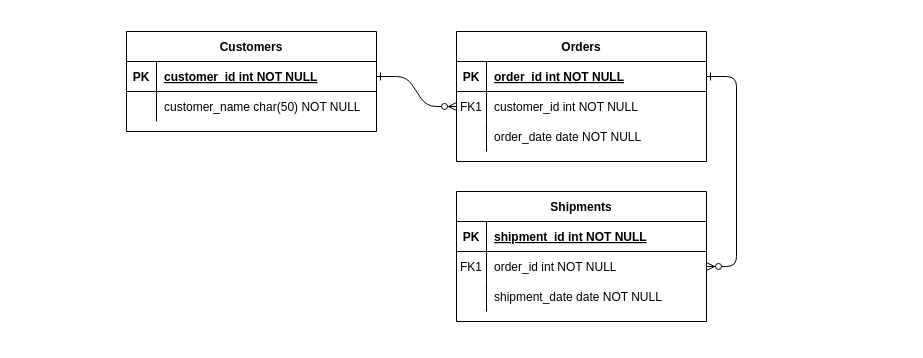
This is Untitled Diagram.drawio from huriyaaah/erdiagram, a draw.io file, before an edit. Source tidied: cells renumbered, new cells numbered last; positions are measured from the earlier drawing's top-left corner, leaving out a move shared by most shapes. Both pictures are drawn from the tidied source at 100%, with x=0, y=0 at pixel (126, 31).
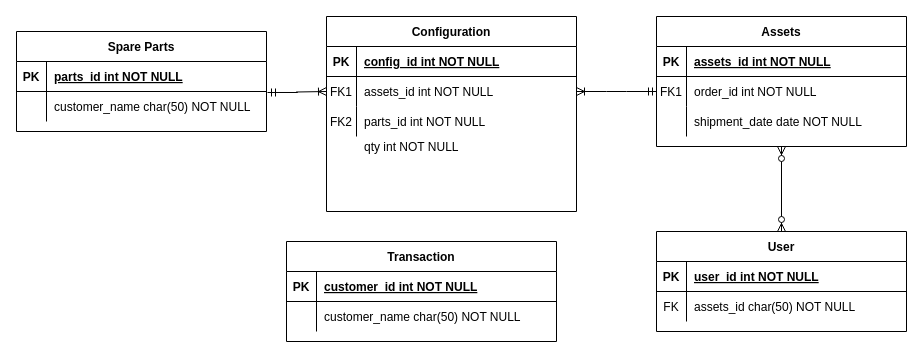
After the change.

The change refers to these unchanged cells:
```xml
<mxCell id="5" style="shape=partialRectangle;fillColor=none;points=[[0,0.5],[1,0.5]];portConstraint=eastwest;top=0;left=0;right=0;bottom=1;" parent="4" vertex="1">
  <mxGeometry y="30" width="250" height="30" as="geometry" />
</mxCell>
<mxCell id="8" style="shape=partialRectangle;fillColor=none;points=[[0,0.5],[1,0.5]];portConstraint=eastwest;top=0;left=0;right=0;bottom=0;" parent="4" vertex="1">
  <mxGeometry y="60" width="250" height="30" as="geometry" />
</mxCell>
<mxCell id="11" style="shape=partialRectangle;fillColor=none;top=0;left=0;right=0;bottom=0;" parent="4" vertex="1">
  <mxGeometry y="90" width="250" height="30" as="geometry" />
</mxCell>
<mxCell id="15" style="shape=partialRectangle;fillColor=none;top=0;left=0;right=0;bottom=1;" parent="14" vertex="1">
  <mxGeometry y="30" width="250" height="30" as="geometry" />
</mxCell>
<mxCell id="18" style="shape=partialRectangle;fillColor=none;points=[[0,0.5],[1,0.5]];portConstraint=eastwest;top=0;left=0;right=0;bottom=0;" parent="14" vertex="1">
  <mxGeometry y="60" width="250" height="30" as="geometry" />
</mxCell>
<mxCell id="25" style="shape=partialRectangle;fillColor=none;points=[[0,0.5],[1,0.5]];portConstraint=eastwest;top=0;left=0;right=0;bottom=1;" parent="24" vertex="1">
  <mxGeometry y="30" width="250" height="30" as="geometry" />
</mxCell>
<mxCell id="28" style="shape=partialRectangle;fillColor=none;points=[[0,0.5],[1,0.5]];portConstraint=eastwest;top=0;left=0;right=0;bottom=0;" parent="24" vertex="1">
  <mxGeometry y="60" width="250" height="30" as="geometry" />
</mxCell>
```

Diff of the diagram source:
```diff
@@
-    <mxCell id="2" style="edgeStyle=entityRelationEdgeStyle;endArrow=ERzeroToMany;startArrow=ERone;endFill=1;startFill=0;" parent="1" edge="1" source="25" target="8">
-      <mxGeometry relative="1" as="geometry" />
-    </mxCell>
-    <mxCell id="3" style="edgeStyle=entityRelationEdgeStyle;endArrow=ERzeroToMany;startArrow=ERone;endFill=1;startFill=0;" parent="1" edge="1" source="5" target="18">
-      <mxGeometry relative="1" as="geometry" />
-    </mxCell>
-    <mxCell id="4" value="Orders" style="shape=table;startSize=30;childLayout=tableLayout;rowLines=0;fontStyle=1;align=center;" parent="1" vertex="1">
-      <mxGeometry x="330" width="250" height="130" as="geometry" />
+    <mxCell id="4" value="Configuration" style="shape=table;startSize=30;childLayout=tableLayout;rowLines=0;fontStyle=1;align=center;" parent="1" vertex="1">
+      <mxGeometry x="200" y="-15" width="250" height="195" as="geometry" />
     </mxCell>
@@
-    <mxCell id="7" value="order_id int NOT NULL " style="shape=partialRectangle;overflow=hidden;fillColor=none;top=0;left=0;bottom=0;right=0;align=left;spacingLeft=6;fontStyle=5;" parent="5" vertex="1">
+    <mxCell id="7" value="config_id int NOT NULL " style="shape=partialRectangle;overflow=hidden;fillColor=none;top=0;left=0;bottom=0;right=0;align=left;spacingLeft=6;fontStyle=5;" parent="5" vertex="1">
       <mxGeometry x="30" width="220" height="30" as="geometry" />
     </mxCell>
@@
-    <mxCell id="10" value="customer_id int NOT NULL" style="shape=partialRectangle;overflow=hidden;fillColor=none;top=0;left=0;bottom=0;right=0;align=left;spacingLeft=6;" parent="8" vertex="1">
+    <mxCell id="10" value="assets_id int NOT NULL" style="shape=partialRectangle;overflow=hidden;fillColor=none;top=0;left=0;bottom=0;right=0;align=left;spacingLeft=6;" parent="8" vertex="1">
       <mxGeometry x="30" width="220" height="30" as="geometry" />
     </mxCell>
@@
-    <mxCell id="12" style="shape=partialRectangle;overflow=hidden;fillColor=none;top=0;left=0;bottom=0;right=0;" parent="11" vertex="1">
+    <mxCell id="12" value="FK2" style="shape=partialRectangle;overflow=hidden;fillColor=none;top=0;left=0;bottom=0;right=0;" parent="11" vertex="1">
       <mxGeometry width="30" height="30" as="geometry" />
     </mxCell>
-    <mxCell id="13" value="order_date date NOT NULL" style="shape=partialRectangle;overflow=hidden;fillColor=none;top=0;left=0;bottom=0;right=0;align=left;spacingLeft=6;" parent="11" vertex="1">
+    <mxCell id="13" value="parts_id int NOT NULL" style="shape=partialRectangle;overflow=hidden;fillColor=none;top=0;left=0;bottom=0;right=0;align=left;spacingLeft=6;" parent="11" vertex="1">
       <mxGeometry x="30" width="220" height="30" as="geometry" />
     </mxCell>
-    <mxCell id="14" value="Shipments" style="shape=table;startSize=30;childLayout=tableLayout;rowLines=0;fontStyle=1;align=center;" parent="1" vertex="1">
-      <mxGeometry x="330" y="160" width="250" height="130" as="geometry" />
+    <mxCell id="14" value="Assets" style="shape=table;startSize=30;childLayout=tableLayout;rowLines=0;fontStyle=1;align=center;" parent="1" vertex="1">
+      <mxGeometry x="530" y="-15" width="250" height="130" as="geometry" />
     </mxCell>
@@
-    <mxCell id="17" value="shipment_id int NOT NULL " style="shape=partialRectangle;overflow=hidden;fillColor=none;top=0;left=0;bottom=0;right=0;align=left;spacingLeft=6;fontStyle=5;" parent="15" vertex="1">
+    <mxCell id="17" value="assets_id int NOT NULL " style="shape=partialRectangle;overflow=hidden;fillColor=none;top=0;left=0;bottom=0;right=0;align=left;spacingLeft=6;fontStyle=5;" parent="15" vertex="1">
       <mxGeometry x="30" width="220" height="30" as="geometry" />
     </mxCell>
@@
-    <mxCell id="24" value="Customers" style="shape=table;startSize=30;childLayout=tableLayout;rowLines=0;fontStyle=1;align=center;" parent="1" vertex="1">
-      <mxGeometry width="250" height="100" as="geometry" />
+    <mxCell id="24" value="Spare Parts" style="shape=table;startSize=30;childLayout=tableLayout;rowLines=0;fontStyle=1;align=center;" parent="1" vertex="1">
+      <mxGeometry x="-110" width="250" height="100" as="geometry" />
     </mxCell>
@@
-    <mxCell id="27" value="customer_id int NOT NULL " style="shape=partialRectangle;overflow=hidden;fillColor=none;top=0;left=0;bottom=0;right=0;align=left;spacingLeft=6;fontStyle=5;" parent="25" vertex="1">
+    <mxCell id="27" value="parts_id int NOT NULL " style="shape=partialRectangle;overflow=hidden;fillColor=none;top=0;left=0;bottom=0;right=0;align=left;spacingLeft=6;fontStyle=5;" parent="25" vertex="1">
       <mxGeometry x="30" width="220" height="30" as="geometry" />
     </mxCell>
@@
+    <mxCell id="31" value="User" style="shape=table;startSize=30;childLayout=tableLayout;rowLines=0;fontStyle=1;align=center;" parent="1" vertex="1">
+      <mxGeometry x="530" y="200" width="250" height="100" as="geometry" />
+    </mxCell>
+    <mxCell id="32" style="shape=partialRectangle;fillColor=none;top=0;left=0;right=0;bottom=1;" parent="31" vertex="1">
+      <mxGeometry y="30" width="250" height="30" as="geometry" />
+    </mxCell>
+    <mxCell id="33" value="PK" style="shape=partialRectangle;overflow=hidden;fillColor=none;top=0;left=0;bottom=0;right=0;fontStyle=1;" parent="32" vertex="1">
+      <mxGeometry width="30" height="30" as="geometry" />
+    </mxCell>
+    <mxCell id="34" value="user_id int NOT NULL " style="shape=partialRectangle;overflow=hidden;fillColor=none;top=0;left=0;bottom=0;right=0;align=left;spacingLeft=6;fontStyle=5;" parent="32" vertex="1">
+      <mxGeometry x="30" width="220" height="30" as="geometry" />
+    </mxCell>
+    <mxCell id="35" style="shape=partialRectangle;fillColor=none;top=0;left=0;right=0;bottom=0;" parent="31" vertex="1">
+      <mxGeometry y="60" width="250" height="30" as="geometry" />
+    </mxCell>
+    <mxCell id="36" value="FK" style="shape=partialRectangle;overflow=hidden;fillColor=none;top=0;left=0;bottom=0;right=0;" parent="35" vertex="1">
+      <mxGeometry width="30" height="30" as="geometry" />
+    </mxCell>
+    <mxCell id="37" value="assets_id char(50) NOT NULL" style="shape=partialRectangle;overflow=hidden;fillColor=none;top=0;left=0;bottom=0;right=0;align=left;spacingLeft=6;" parent="35" vertex="1">
+      <mxGeometry x="30" width="220" height="30" as="geometry" />
+    </mxCell>
+    <mxCell id="38" style="edgeStyle=entityRelationEdgeStyle;fontSize=12;html=1;endArrow=ERoneToMany;startArrow=ERmandOne;rounded=0;exitX=1.004;exitY=0.033;exitDx=0;exitDy=0;exitPerimeter=0;entryX=0;entryY=0.5;entryDx=0;entryDy=0;" parent="1" edge="1" source="28" target="8">
+      <mxGeometry relative="1" as="geometry" />
+    </mxCell>
+    <mxCell id="39" style="edgeStyle=entityRelationEdgeStyle;fontSize=12;html=1;endArrow=ERoneToMany;startArrow=ERmandOne;rounded=0;exitX=0;exitY=0.5;exitDx=0;exitDy=0;entryX=1;entryY=0.5;entryDx=0;entryDy=0;" parent="1" edge="1" source="18" target="8">
+      <mxGeometry relative="1" as="geometry">
+        <Array as="points">
+          <mxPoint x="470" y="40" />
+          <mxPoint x="460" y="60" />
+          <mxPoint x="450" y="50" />
+        </Array>
+      </mxGeometry>
+    </mxCell>
+    <mxCell id="40" value="Transaction" style="shape=table;startSize=30;childLayout=tableLayout;rowLines=0;fontStyle=1;align=center;" parent="1" vertex="1">
+      <mxGeometry x="160" y="210" width="270" height="100" as="geometry" />
+    </mxCell>
+    <mxCell id="41" style="shape=partialRectangle;fillColor=none;top=0;left=0;right=0;bottom=1;" parent="40" vertex="1">
+      <mxGeometry y="30" width="270" height="30" as="geometry" />
+    </mxCell>
+    <mxCell id="42" value="PK" style="shape=partialRectangle;overflow=hidden;fillColor=none;top=0;left=0;bottom=0;right=0;fontStyle=1;" parent="41" vertex="1">
+      <mxGeometry width="30" height="30" as="geometry" />
+    </mxCell>
+    <mxCell id="43" value="customer_id int NOT NULL " style="shape=partialRectangle;overflow=hidden;fillColor=none;top=0;left=0;bottom=0;right=0;align=left;spacingLeft=6;fontStyle=5;" parent="41" vertex="1">
+      <mxGeometry x="30" width="240" height="30" as="geometry" />
+    </mxCell>
+    <mxCell id="44" style="shape=partialRectangle;fillColor=none;top=0;left=0;right=0;bottom=0;" parent="40" vertex="1">
+      <mxGeometry y="60" width="270" height="30" as="geometry" />
+    </mxCell>
+    <mxCell id="45" style="shape=partialRectangle;overflow=hidden;fillColor=none;top=0;left=0;bottom=0;right=0;" parent="44" vertex="1">
+      <mxGeometry width="30" height="30" as="geometry" />
+    </mxCell>
+    <mxCell id="46" value="customer_name char(50) NOT NULL" style="shape=partialRectangle;overflow=hidden;fillColor=none;top=0;left=0;bottom=0;right=0;align=left;spacingLeft=6;" parent="44" vertex="1">
+      <mxGeometry x="30" width="240" height="30" as="geometry" />
+    </mxCell>
+    <mxCell id="47" style="fontSize=12;html=1;endArrow=ERzeroToMany;endFill=1;startArrow=ERzeroToMany;rounded=0;entryX=0.5;entryY=1;entryDx=0;entryDy=0;exitX=0.5;exitY=0;exitDx=0;exitDy=0;" parent="1" edge="1" source="31" target="14">
+      <mxGeometry relative="1" as="geometry" />
+    </mxCell>
+    <mxCell id="48" value="qty int NOT NULL" style="shape=partialRectangle;overflow=hidden;fillColor=none;top=0;left=0;bottom=0;right=0;align=left;spacingLeft=6;" parent="1" vertex="1">
+      <mxGeometry x="230" y="100" width="220" height="30" as="geometry" />
+    </mxCell>
```
